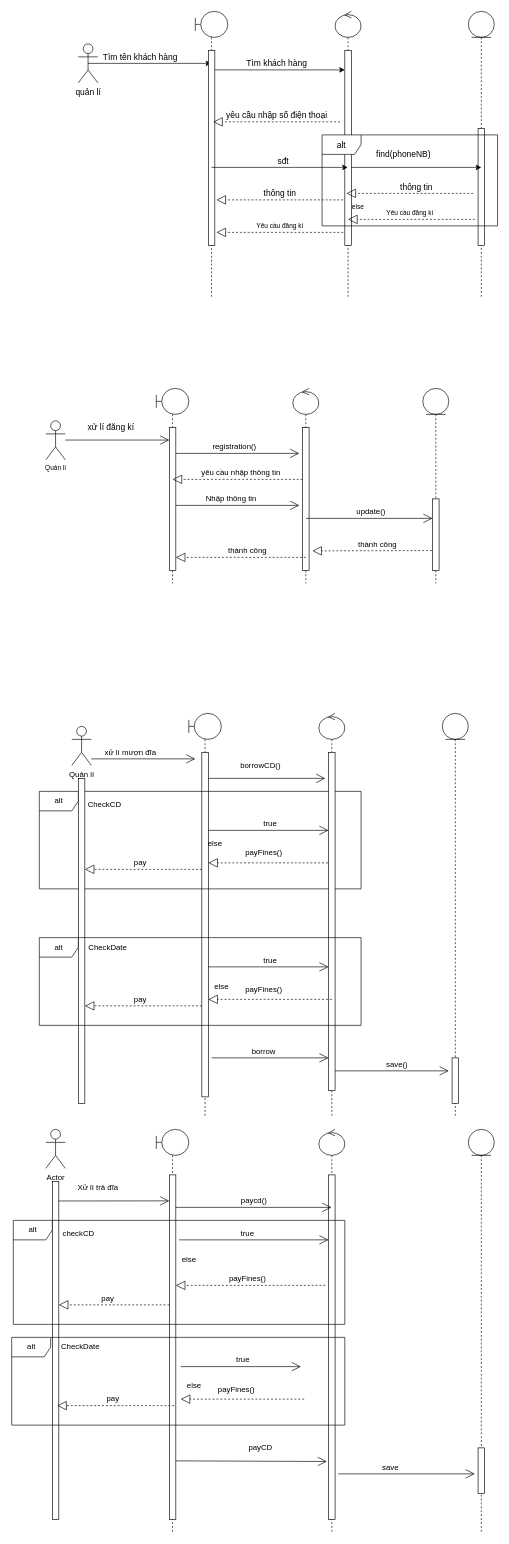
ChauThanhTam2004110023/ChauThanhTam2004110023-SE_K14DCPM02 keeps this draw.io diagram as page "Trang-4" (2 of 2) of Class and Sequence Diagrams/Lab1.3.drawio. Above is the earlier version. Source tidied: cells renumbered, new cells numbered last; positions are measured from the earlier drawing's top-left corner, leaving out a move shared by most shapes. Both pictures are drawn from the tidied source at 65%, with x=0, y=0 at pixel (12, 11).
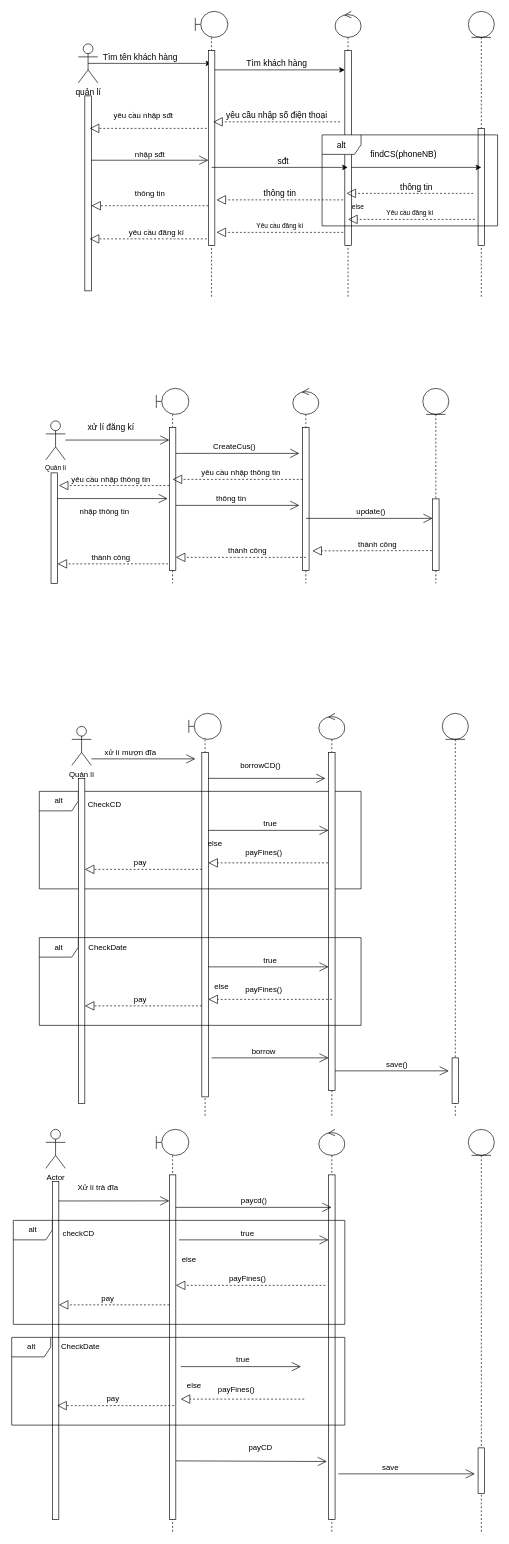
After the change.

The edit, as a diff of the source:
```diff
@@
-    <mxCell id="17" value="find(phoneNB)" style="text;html=1;align=center;verticalAlign=middle;strokeColor=none;fillColor=none;fontSize=13;" parent="1" vertex="1">
-      <mxGeometry x="552" y="210" width="100" height="20" as="geometry" />
+    <mxCell id="17" value="findCS(phoneNB)" style="text;html=1;align=center;verticalAlign=middle;strokeColor=none;fillColor=none;fontSize=13;" parent="1" vertex="1">
+      <mxGeometry x="542" y="210" width="120" height="20" as="geometry" />
     </mxCell>
@@
-    <mxCell id="40" value="registration()" style="text;html=1;align=center;verticalAlign=middle;strokeColor=none;fillColor=none;fontSize=12;" parent="1" vertex="1">
+    <mxCell id="40" value="CreateCus()" style="text;html=1;align=center;verticalAlign=middle;strokeColor=none;fillColor=none;fontSize=12;" parent="1" vertex="1">
       <mxGeometry x="302" y="660" width="80" height="20" as="geometry" />
     </mxCell>
@@
-    <mxCell id="44" value="Nhập thông tin" style="text;html=1;align=center;verticalAlign=middle;strokeColor=none;fillColor=none;fontSize=12;" parent="1" vertex="1">
-      <mxGeometry x="292" y="740" width="90" height="20" as="geometry" />
+    <mxCell id="44" value="thông tin" style="text;html=1;align=center;verticalAlign=middle;strokeColor=none;fillColor=none;fontSize=12;" parent="1" vertex="1">
+      <mxGeometry x="307" y="740" width="60" height="20" as="geometry" />
     </mxCell>
@@
+    <mxCell id="118" style="html=1;perimeter=orthogonalPerimeter;" parent="1" vertex="1">
+      <mxGeometry x="112" y="130" width="10" height="300" as="geometry" />
+    </mxCell>
+    <mxCell id="119" style="endArrow=block;dashed=1;endFill=0;endSize=12;html=1;rounded=0;" parent="1" edge="1">
+      <mxGeometry relative="1" as="geometry">
+        <mxPoint x="299.5" y="180" as="sourcePoint" />
+        <mxPoint x="119.5" y="180" as="targetPoint" />
+      </mxGeometry>
+    </mxCell>
+    <mxCell id="120" value="yêu cầu nhập sđt" style="text;html=1;align=center;verticalAlign=middle;strokeColor=none;fillColor=none;" parent="1" vertex="1">
+      <mxGeometry x="147" y="150" width="110" height="20" as="geometry" />
+    </mxCell>
+    <mxCell id="121" style="endArrow=open;endFill=1;endSize=12;html=1;rounded=0;" parent="1" edge="1">
+      <mxGeometry relative="1" as="geometry">
+        <mxPoint x="122" y="229" as="sourcePoint" />
+        <mxPoint x="302" y="229" as="targetPoint" />
+      </mxGeometry>
+    </mxCell>
+    <mxCell id="122" value="nhập sđt" style="text;html=1;align=center;verticalAlign=middle;strokeColor=none;fillColor=none;" parent="1" vertex="1">
+      <mxGeometry x="182" y="210" width="60" height="20" as="geometry" />
+    </mxCell>
+    <mxCell id="123" style="endArrow=block;dashed=1;endFill=0;endSize=12;html=1;rounded=0;" parent="1" edge="1">
+      <mxGeometry relative="1" as="geometry">
+        <mxPoint x="299.5" y="350" as="sourcePoint" />
+        <mxPoint x="119.5" y="350" as="targetPoint" />
+      </mxGeometry>
+    </mxCell>
+    <mxCell id="124" style="endArrow=block;dashed=1;endFill=0;endSize=12;html=1;rounded=0;" parent="1" edge="1">
+      <mxGeometry relative="1" as="geometry">
+        <mxPoint x="302" y="299" as="sourcePoint" />
+        <mxPoint x="122" y="299" as="targetPoint" />
+      </mxGeometry>
+    </mxCell>
+    <mxCell id="125" value="thông tin" style="text;html=1;align=center;verticalAlign=middle;strokeColor=none;fillColor=none;" parent="1" vertex="1">
+      <mxGeometry x="182" y="270" width="60" height="20" as="geometry" />
+    </mxCell>
+    <mxCell id="126" value="yêu cầu đăng kí" style="text;html=1;align=center;verticalAlign=middle;strokeColor=none;fillColor=none;" parent="1" vertex="1">
+      <mxGeometry x="172" y="330" width="100" height="20" as="geometry" />
+    </mxCell>
+    <mxCell id="127" style="html=1;perimeter=orthogonalPerimeter;" parent="1" vertex="1">
+      <mxGeometry x="60" y="710" width="10" height="170" as="geometry" />
+    </mxCell>
+    <mxCell id="128" style="endArrow=block;dashed=1;endFill=0;endSize=12;html=1;rounded=0;" parent="1" edge="1">
+      <mxGeometry relative="1" as="geometry">
+        <mxPoint x="242" y="729.5" as="sourcePoint" />
+        <mxPoint x="72" y="729.5" as="targetPoint" />
+      </mxGeometry>
+    </mxCell>
+    <mxCell id="129" style="endArrow=block;dashed=1;endFill=0;endSize=12;html=1;rounded=0;" parent="1" edge="1">
+      <mxGeometry relative="1" as="geometry">
+        <mxPoint x="240" y="850" as="sourcePoint" />
+        <mxPoint x="70" y="850" as="targetPoint" />
+      </mxGeometry>
+    </mxCell>
+    <mxCell id="130" style="endArrow=open;endFill=1;endSize=12;html=1;rounded=0;" parent="1" edge="1">
+      <mxGeometry relative="1" as="geometry">
+        <mxPoint x="69.5" y="749.5" as="sourcePoint" />
+        <mxPoint x="239.5" y="749.5" as="targetPoint" />
+      </mxGeometry>
+    </mxCell>
+    <mxCell id="131" value="yêu cầu nhập thông tin" style="text;html=1;align=center;verticalAlign=middle;strokeColor=none;fillColor=none;" parent="1" vertex="1">
+      <mxGeometry x="82" y="710" width="140" height="20" as="geometry" />
+    </mxCell>
+    <mxCell id="132" value="nhập thông tin" style="text;html=1;align=center;verticalAlign=middle;strokeColor=none;fillColor=none;" parent="1" vertex="1">
+      <mxGeometry x="97" y="760" width="90" height="20" as="geometry" />
+    </mxCell>
+    <mxCell id="133" value="thành công" style="text;html=1;align=center;verticalAlign=middle;strokeColor=none;fillColor=none;" parent="1" vertex="1">
+      <mxGeometry x="117" y="830" width="70" height="20" as="geometry" />
+    </mxCell>
```
